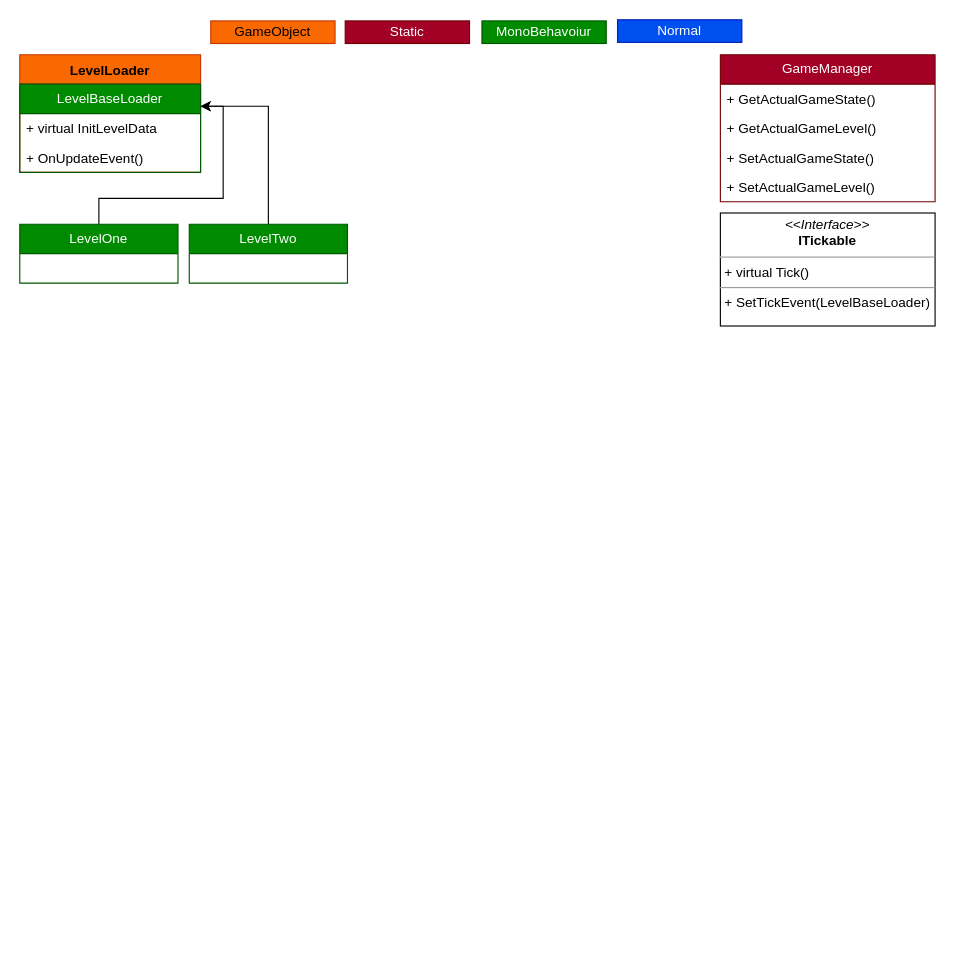
The draw.io diagram Assets/Docs/Game.drawio in LordFoezel/JumpOrDie, before the edit. Source tidied: cells renumbered, new cells numbered last; positions are measured from the earlier drawing's top-left corner, leaving out a move shared by most shapes. Both pictures are drawn from the tidied source at 113%, with x=0, y=0 at pixel (19, 19).
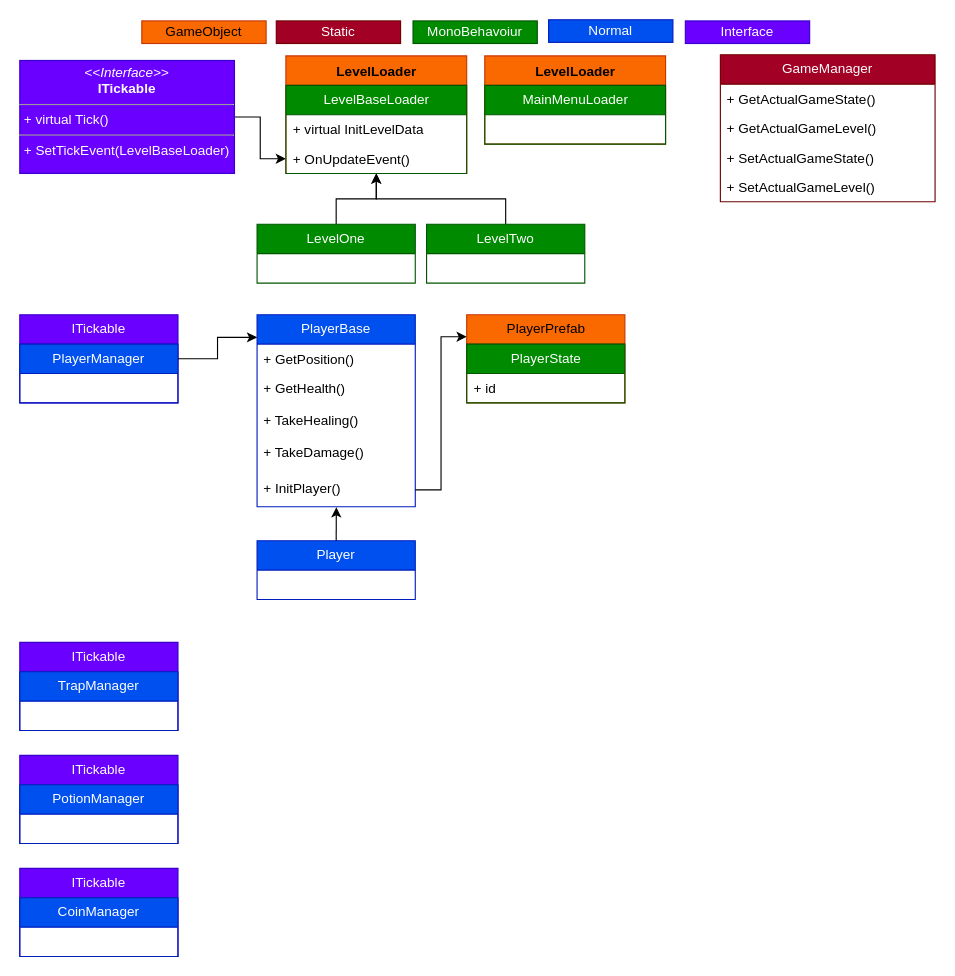
The same page after the edit.

Unchanged cells that the change refers to:
```xml
<mxCell id="13" value="LevelBaseLoader" style="swimlane;fontStyle=0;horizontal=1;startSize=26;fillColor=#008a00;whiteSpace=wrap;html=1;fontColor=#ffffff;strokeColor=#005700;gradientColor=none;swimlaneFillColor=none;" parent="12" vertex="1">
  <mxGeometry y="26" width="160" height="78" as="geometry" />
</mxCell>
<mxCell id="15" value="+ OnUpdateEvent()" style="text;strokeColor=none;fillColor=none;align=left;verticalAlign=top;spacingLeft=4;spacingRight=4;overflow=hidden;points=[[0,0.5],[1,0.5]];portConstraint=eastwest;whiteSpace=wrap;html=1;" parent="13" vertex="1">
  <mxGeometry y="52" width="160" height="26" as="geometry" />
</mxCell>
```

Change to the diagram source:
```diff
@@
     <mxCell id="7" value="Static" style="html=1;whiteSpace=wrap;fillColor=#a20025;fontColor=#ffffff;strokeColor=#6F0000;" parent="1" vertex="1">
-      <mxGeometry x="288" y="1" width="110" height="20" as="geometry" />
+      <mxGeometry x="227" y="1" width="110" height="20" as="geometry" />
     </mxCell>
     <mxCell id="8" value="Normal" style="html=1;whiteSpace=wrap;fillColor=#0050ef;fontColor=#ffffff;strokeColor=#001DBC;" parent="1" vertex="1">
-      <mxGeometry x="529" width="110" height="20" as="geometry" />
+      <mxGeometry x="468" width="110" height="20" as="geometry" />
     </mxCell>
@@
+    <mxCell id="21" style="edgeStyle=orthogonalEdgeStyle;rounded=0;jettySize=auto;html=1;exitX=1;exitY=0.5;exitDx=0;exitDy=0;entryX=0;entryY=0.5;entryDx=0;entryDy=0;" parent="1" edge="1" source="10" target="15">
+      <mxGeometry relative="1" as="geometry" />
+    </mxCell>
-    <mxCell id="10" value="&lt;p style=&quot;margin:0px;margin-top:4px;text-align:center;&quot;&gt;&lt;i&gt;&amp;lt;&amp;lt;Interface&amp;gt;&amp;gt;&lt;/i&gt;&lt;br&gt;&lt;b&gt;ITickable&lt;/b&gt;&lt;/p&gt;&lt;hr size=&quot;1&quot;&gt;&lt;p style=&quot;margin:0px;margin-left:4px;&quot;&gt;+ virtual Tick()&lt;/p&gt;&lt;hr size=&quot;1&quot;&gt;&lt;p style=&quot;margin:0px;margin-left:4px;&quot;&gt;+ SetTickEvent(LevelBaseLoader&lt;span style=&quot;background-color: initial;&quot;&gt;)&lt;/span&gt;&lt;/p&gt;" style="verticalAlign=top;align=left;overflow=fill;fontSize=12;fontFamily=Helvetica;html=1;whiteSpace=wrap;" parent="1" vertex="1">
-      <mxGeometry x="620" y="171" width="190" height="100" as="geometry" />
+    <mxCell id="10" value="&lt;p style=&quot;margin:0px;margin-top:4px;text-align:center;&quot;&gt;&lt;i&gt;&amp;lt;&amp;lt;Interface&amp;gt;&amp;gt;&lt;/i&gt;&lt;br&gt;&lt;b&gt;ITickable&lt;/b&gt;&lt;/p&gt;&lt;hr size=&quot;1&quot;&gt;&lt;p style=&quot;margin:0px;margin-left:4px;&quot;&gt;+ virtual Tick()&lt;/p&gt;&lt;hr size=&quot;1&quot;&gt;&lt;p style=&quot;margin:0px;margin-left:4px;&quot;&gt;+ SetTickEvent(LevelBaseLoader&lt;span style=&quot;background-color: initial;&quot;&gt;)&lt;/span&gt;&lt;/p&gt;" style="verticalAlign=top;align=left;overflow=fill;fontSize=12;fontFamily=Helvetica;html=1;whiteSpace=wrap;fillColor=#6a00ff;fontColor=#ffffff;strokeColor=#3700CC;" parent="1" vertex="1">
+      <mxGeometry y="36" width="190" height="100" as="geometry" />
     </mxCell>
     <mxCell id="11" value="GameObject" style="html=1;whiteSpace=wrap;fillColor=#fa6800;fontColor=#000000;strokeColor=#C73500;" parent="1" vertex="1">
-      <mxGeometry x="169" y="1" width="110" height="20" as="geometry" />
+      <mxGeometry x="108" y="1" width="110" height="20" as="geometry" />
     </mxCell>
     <mxCell id="12" value="LevelLoader" style="swimlane;fontStyle=1;align=center;verticalAlign=top;horizontal=1;startSize=26;whiteSpace=wrap;html=1;fillColor=#fa6800;fontColor=#000000;strokeColor=#C73500;" parent="1" vertex="1">
-      <mxGeometry y="31" width="160" height="104" as="geometry" />
+      <mxGeometry x="235.5" y="32" width="160" height="104" as="geometry" />
     </mxCell>
@@
     <mxCell id="16" value="MonoBehavoiur" style="html=1;whiteSpace=wrap;fillColor=#008a00;fontColor=#ffffff;strokeColor=#005700;" parent="1" vertex="1">
-      <mxGeometry x="409" y="1" width="110" height="20" as="geometry" />
+      <mxGeometry x="348" y="1" width="110" height="20" as="geometry" />
     </mxCell>
-    <mxCell id="17" style="edgeStyle=orthogonalEdgeStyle;rounded=0;jettySize=auto;html=1;exitX=0.5;exitY=0;exitDx=0;exitDy=0;entryX=1;entryY=0.25;entryDx=0;entryDy=0;" parent="1" edge="1" source="18" target="13">
+    <mxCell id="17" style="edgeStyle=orthogonalEdgeStyle;rounded=0;jettySize=auto;html=1;exitX=0.5;exitY=0;exitDx=0;exitDy=0;entryX=0.5;entryY=1;entryDx=0;entryDy=0;" parent="1" edge="1" source="18" target="13">
       <mxGeometry relative="1" as="geometry" />
     </mxCell>
     <mxCell id="18" value="LevelOne" style="swimlane;fontStyle=0;horizontal=1;startSize=26;fillColor=#008a00;whiteSpace=wrap;html=1;fontColor=#ffffff;strokeColor=#005700;" parent="1" vertex="1">
-      <mxGeometry y="181" width="140" height="52" as="geometry" />
+      <mxGeometry x="210" y="181" width="140" height="52" as="geometry" />
     </mxCell>
-    <mxCell id="19" style="edgeStyle=orthogonalEdgeStyle;rounded=0;jettySize=auto;html=1;exitX=0.5;exitY=0;exitDx=0;exitDy=0;entryX=1;entryY=0.25;entryDx=0;entryDy=0;" parent="1" edge="1" source="20" target="13">
+    <mxCell id="19" style="edgeStyle=orthogonalEdgeStyle;rounded=0;jettySize=auto;html=1;exitX=0.5;exitY=0;exitDx=0;exitDy=0;" parent="1" edge="1" source="20" target="13">
       <mxGeometry relative="1" as="geometry" />
     </mxCell>
     <mxCell id="20" value="LevelTwo&lt;br&gt;" style="swimlane;fontStyle=0;horizontal=1;startSize=26;fillColor=#008a00;whiteSpace=wrap;html=1;fontColor=#ffffff;strokeColor=#005700;" parent="1" vertex="1">
-      <mxGeometry x="150" y="181" width="140" height="52" as="geometry" />
+      <mxGeometry x="360" y="181" width="140" height="52" as="geometry" />
     </mxCell>
+    <mxCell id="22" value="LevelLoader" style="swimlane;fontStyle=1;align=center;verticalAlign=top;horizontal=1;startSize=26;whiteSpace=wrap;html=1;fillColor=#fa6800;fontColor=#000000;strokeColor=#C73500;" parent="1" vertex="1">
+      <mxGeometry x="411.5" y="32" width="160" height="78" as="geometry" />
+    </mxCell>
+    <mxCell id="23" value="MainMenuLoader" style="swimlane;fontStyle=0;horizontal=1;startSize=26;fillColor=#008a00;whiteSpace=wrap;html=1;fontColor=#ffffff;strokeColor=#005700;gradientColor=none;swimlaneFillColor=none;" parent="22" vertex="1">
+      <mxGeometry y="26" width="160" height="52" as="geometry" />
+    </mxCell>
+    <mxCell id="24" value="ITickable" style="swimlane;fontStyle=0;horizontal=1;startSize=26;fillColor=#6a00ff;whiteSpace=wrap;html=1;fontColor=#ffffff;strokeColor=#3700CC;" parent="1" vertex="1">
+      <mxGeometry y="261" width="140" height="78" as="geometry" />
+    </mxCell>
+    <mxCell id="25" value="PlayerManager" style="swimlane;fontStyle=0;horizontal=1;startSize=26;fillColor=#0050ef;whiteSpace=wrap;html=1;strokeColor=#001DBC;fontColor=#ffffff;" parent="24" vertex="1">
+      <mxGeometry y="26" width="140" height="52" as="geometry" />
+    </mxCell>
+    <mxCell id="26" value="Interface" style="html=1;whiteSpace=wrap;fillColor=#6a00ff;fontColor=#ffffff;strokeColor=#3700CC;" parent="1" vertex="1">
+      <mxGeometry x="589" y="1" width="110" height="20" as="geometry" />
+    </mxCell>
+    <mxCell id="27" value="ITickable" style="swimlane;fontStyle=0;horizontal=1;startSize=26;fillColor=#6a00ff;whiteSpace=wrap;html=1;fontColor=#ffffff;strokeColor=#3700CC;" parent="1" vertex="1">
+      <mxGeometry y="551" width="140" height="78" as="geometry" />
+    </mxCell>
+    <mxCell id="28" value="TrapManager" style="swimlane;fontStyle=0;horizontal=1;startSize=26;fillColor=#0050ef;whiteSpace=wrap;html=1;strokeColor=#001DBC;fontColor=#ffffff;" parent="27" vertex="1">
+      <mxGeometry y="26" width="140" height="52" as="geometry" />
+    </mxCell>
+    <mxCell id="29" value="ITickable" style="swimlane;fontStyle=0;horizontal=1;startSize=26;fillColor=#6a00ff;whiteSpace=wrap;html=1;fontColor=#ffffff;strokeColor=#3700CC;" parent="1" vertex="1">
+      <mxGeometry y="651" width="140" height="78" as="geometry" />
+    </mxCell>
+    <mxCell id="30" value="PotionManager" style="swimlane;fontStyle=0;horizontal=1;startSize=26;fillColor=#0050ef;whiteSpace=wrap;html=1;strokeColor=#001DBC;fontColor=#ffffff;" parent="29" vertex="1">
+      <mxGeometry y="26" width="140" height="52" as="geometry" />
+    </mxCell>
+    <mxCell id="31" value="ITickable" style="swimlane;fontStyle=0;horizontal=1;startSize=26;fillColor=#6a00ff;whiteSpace=wrap;html=1;fontColor=#ffffff;strokeColor=#3700CC;" parent="1" vertex="1">
+      <mxGeometry y="751" width="140" height="78" as="geometry" />
+    </mxCell>
+    <mxCell id="32" value="CoinManager" style="swimlane;fontStyle=0;horizontal=1;startSize=26;fillColor=#0050ef;whiteSpace=wrap;html=1;strokeColor=#001DBC;fontColor=#ffffff;" parent="31" vertex="1">
+      <mxGeometry y="26" width="140" height="52" as="geometry" />
+    </mxCell>
+    <mxCell id="33" value="PlayerBase" style="swimlane;fontStyle=0;horizontal=1;startSize=26;fillColor=#0050ef;whiteSpace=wrap;html=1;fontColor=#ffffff;strokeColor=#001DBC;" parent="1" vertex="1">
+      <mxGeometry x="210" y="261" width="140" height="170" as="geometry" />
+    </mxCell>
+    <mxCell id="34" value="+ GetPosition()" style="text;strokeColor=none;fillColor=none;align=left;verticalAlign=top;spacingLeft=4;spacingRight=4;overflow=hidden;whiteSpace=wrap;html=1;" parent="33" vertex="1">
+      <mxGeometry y="26" width="140" height="26" as="geometry" />
+    </mxCell>
+    <mxCell id="35" value="+ GetHealth()" style="text;strokeColor=none;fillColor=none;align=left;verticalAlign=top;spacingLeft=4;spacingRight=4;overflow=hidden;whiteSpace=wrap;html=1;" parent="33" vertex="1">
+      <mxGeometry y="52" width="140" height="28" as="geometry" />
+    </mxCell>
+    <mxCell id="36" value="+ TakeHealing()" style="text;strokeColor=none;fillColor=none;align=left;verticalAlign=top;spacingLeft=4;spacingRight=4;overflow=hidden;whiteSpace=wrap;html=1;" parent="33" vertex="1">
+      <mxGeometry y="80" width="140" height="28" as="geometry" />
+    </mxCell>
+    <mxCell id="37" value="+ TakeDamage()" style="text;strokeColor=none;fillColor=none;align=left;verticalAlign=top;spacingLeft=4;spacingRight=4;overflow=hidden;whiteSpace=wrap;html=1;" parent="33" vertex="1">
+      <mxGeometry y="108" width="140" height="32" as="geometry" />
+    </mxCell>
+    <mxCell id="38" value="+ InitPlayer()" style="text;strokeColor=none;fillColor=none;align=left;verticalAlign=top;spacingLeft=4;spacingRight=4;overflow=hidden;points=[[0,0.5],[1,0.5]];portConstraint=eastwest;whiteSpace=wrap;html=1;" parent="33" vertex="1">
+      <mxGeometry y="140" width="140" height="30" as="geometry" />
+    </mxCell>
+    <mxCell id="39" value="Player" style="swimlane;fontStyle=0;horizontal=1;startSize=26;fillColor=#0050ef;whiteSpace=wrap;html=1;fontColor=#ffffff;strokeColor=#001DBC;" parent="1" vertex="1">
+      <mxGeometry x="210" y="461" width="140" height="52" as="geometry" />
+    </mxCell>
+    <mxCell id="40" value="PlayerPrefab" style="swimlane;fontStyle=0;horizontal=1;startSize=26;fillColor=#fa6800;whiteSpace=wrap;html=1;fontColor=#000000;strokeColor=#C73500;" parent="1" vertex="1">
+      <mxGeometry x="395.5" y="261" width="140" height="78" as="geometry" />
+    </mxCell>
+    <mxCell id="41" value="PlayerState" style="swimlane;fontStyle=0;horizontal=1;startSize=26;fillColor=#008a00;whiteSpace=wrap;html=1;fontColor=#ffffff;strokeColor=#005700;" parent="40" vertex="1">
+      <mxGeometry y="26" width="140" height="52" as="geometry" />
+    </mxCell>
+    <mxCell id="42" value="+ id" style="text;strokeColor=none;fillColor=none;align=left;verticalAlign=top;spacingLeft=4;spacingRight=4;overflow=hidden;whiteSpace=wrap;html=1;" parent="41" vertex="1">
+      <mxGeometry y="26" width="140" height="26" as="geometry" />
+    </mxCell>
+    <mxCell id="43" style="edgeStyle=orthogonalEdgeStyle;rounded=0;jettySize=auto;html=1;exitX=0.5;exitY=0;exitDx=0;exitDy=0;entryX=0.501;entryY=1.014;entryDx=0;entryDy=0;entryPerimeter=0;" parent="1" edge="1" source="39" target="38">
+      <mxGeometry relative="1" as="geometry" />
+    </mxCell>
+    <mxCell id="44" style="edgeStyle=orthogonalEdgeStyle;rounded=0;jettySize=auto;html=1;exitX=1;exitY=0.5;exitDx=0;exitDy=0;entryX=0;entryY=0.25;entryDx=0;entryDy=0;" parent="1" edge="1" source="38" target="40">
+      <mxGeometry relative="1" as="geometry" />
+    </mxCell>
+    <mxCell id="45" style="edgeStyle=orthogonalEdgeStyle;rounded=0;jettySize=auto;html=1;exitX=1;exitY=0.25;exitDx=0;exitDy=0;entryX=0;entryY=0.118;entryDx=0;entryDy=0;entryPerimeter=0;" parent="1" edge="1" source="25" target="33">
+      <mxGeometry relative="1" as="geometry" />
+    </mxCell>
```
